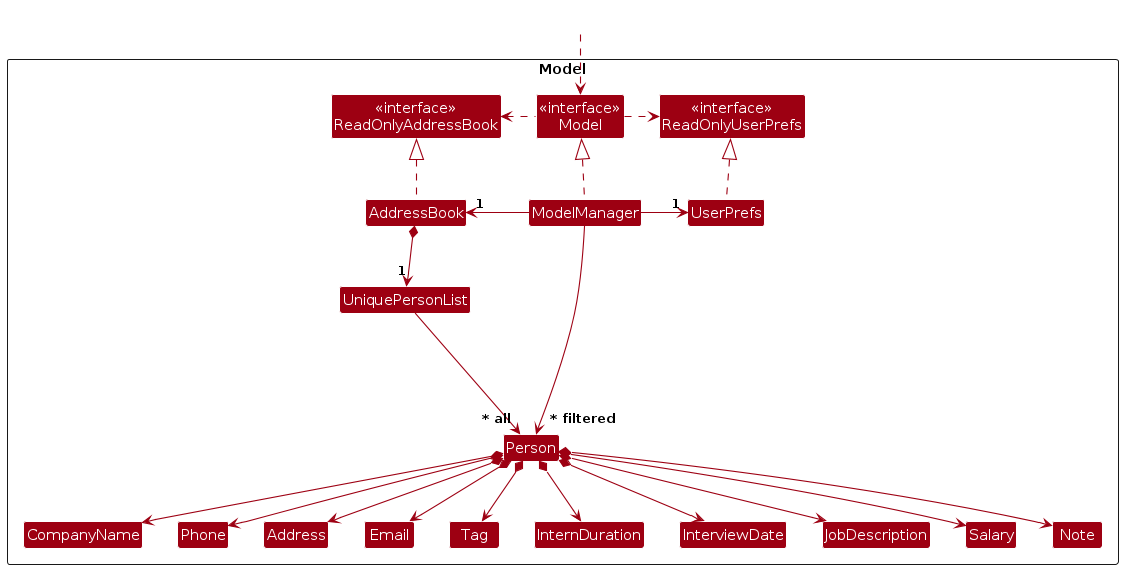
This is diagrams/ModelClassDiagram.png from AY2324S2-CS2103T-F14-1/tp, a PlantUML export, as it was before one commit. Its source is kept beside it as diagrams/ModelClassDiagram.puml.
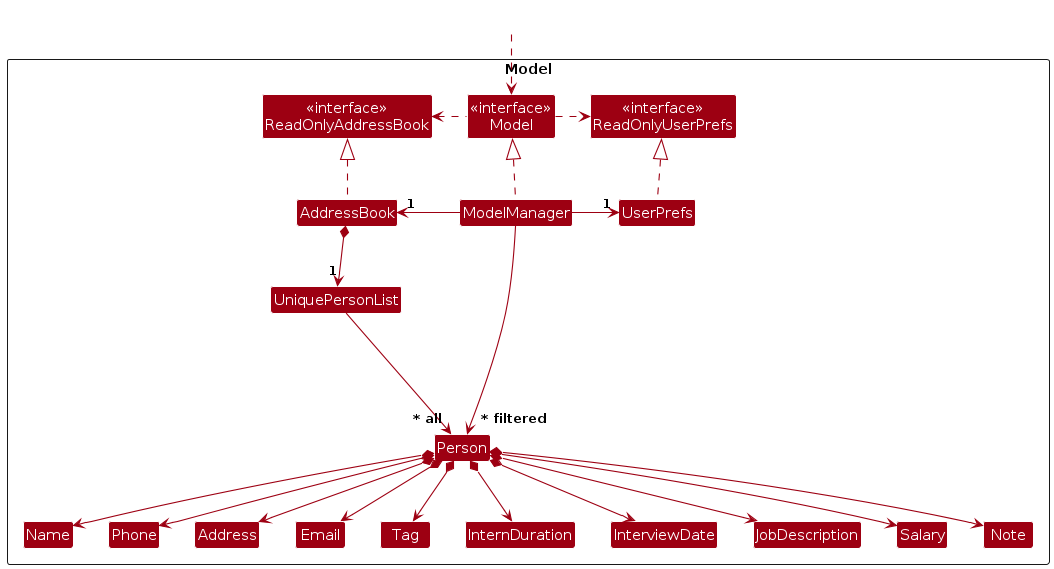
Later version of the same file.

Change to the diagram source:
```diff
@@ -16,7 +16,7 @@
 Class Person
 Class Address
 Class Email
-Class CompanyName
+Class Name
 Class Phone
 Class Tag
 Class InternDuration
@@ -42,7 +42,7 @@
 
 AddressBook *--> "1" UniquePersonList
 UniquePersonList --> "~* all" Person
-Person *--> CompanyName
+Person *--> Name
 Person *--> Phone
 Person *--> Email
 Person *--> Address
@@ -56,7 +56,7 @@
 Person -[hidden]up--> I
 UniquePersonList -[hidden]right-> I
 
-CompanyName -[hidden]right-> Phone
+Name -[hidden]right-> Phone
 Phone -[hidden]right-> Address
 Address -[hidden]right-> Email
 
```
